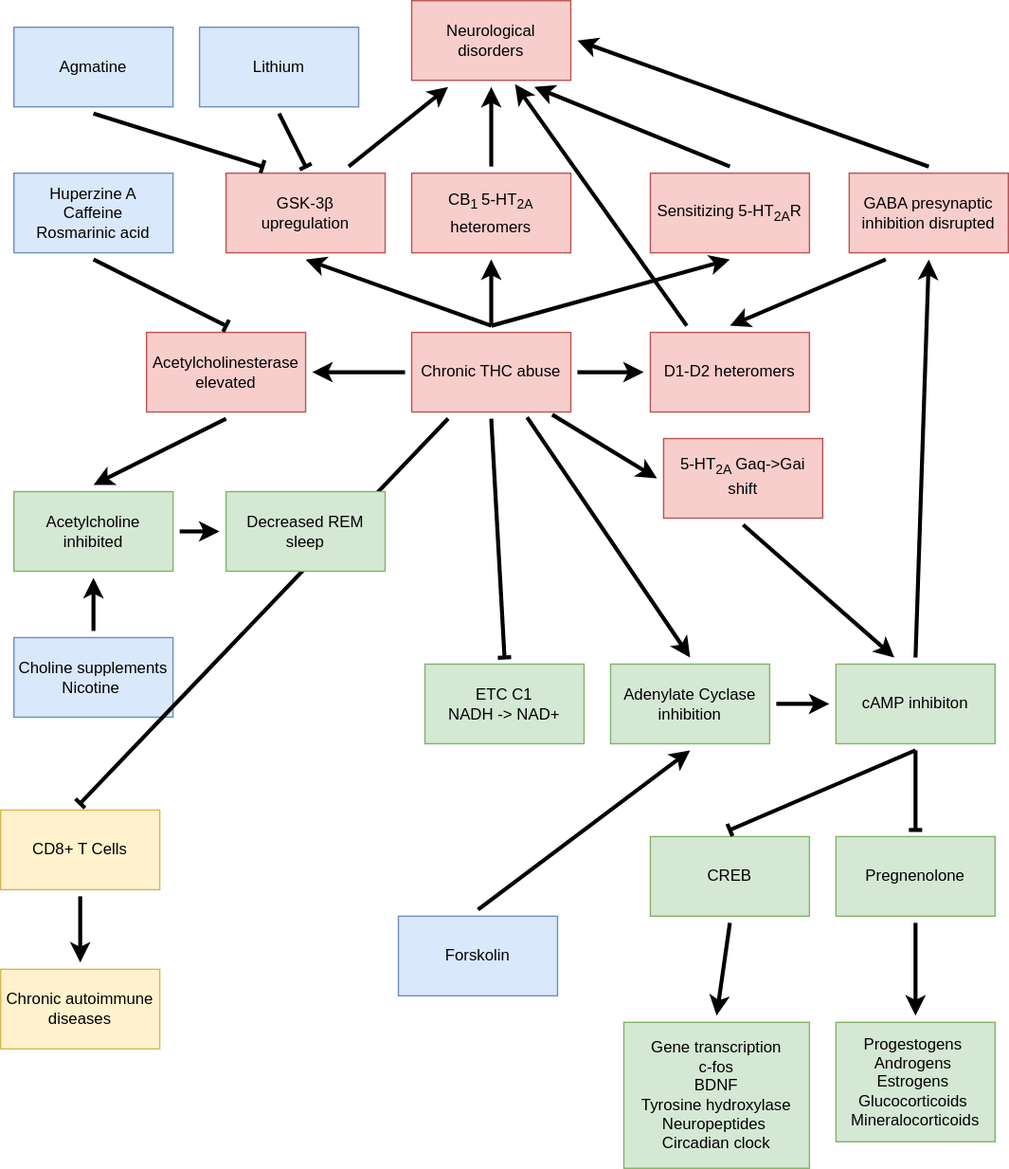
Before: chronic-thc-chart.svg, a diagram exported from draw.io (deffins/testchart). Source tidied: cells renumbered, new cells last; positions are measured from the earlier drawing's top-left corner, leaving out a move shared by most shapes.
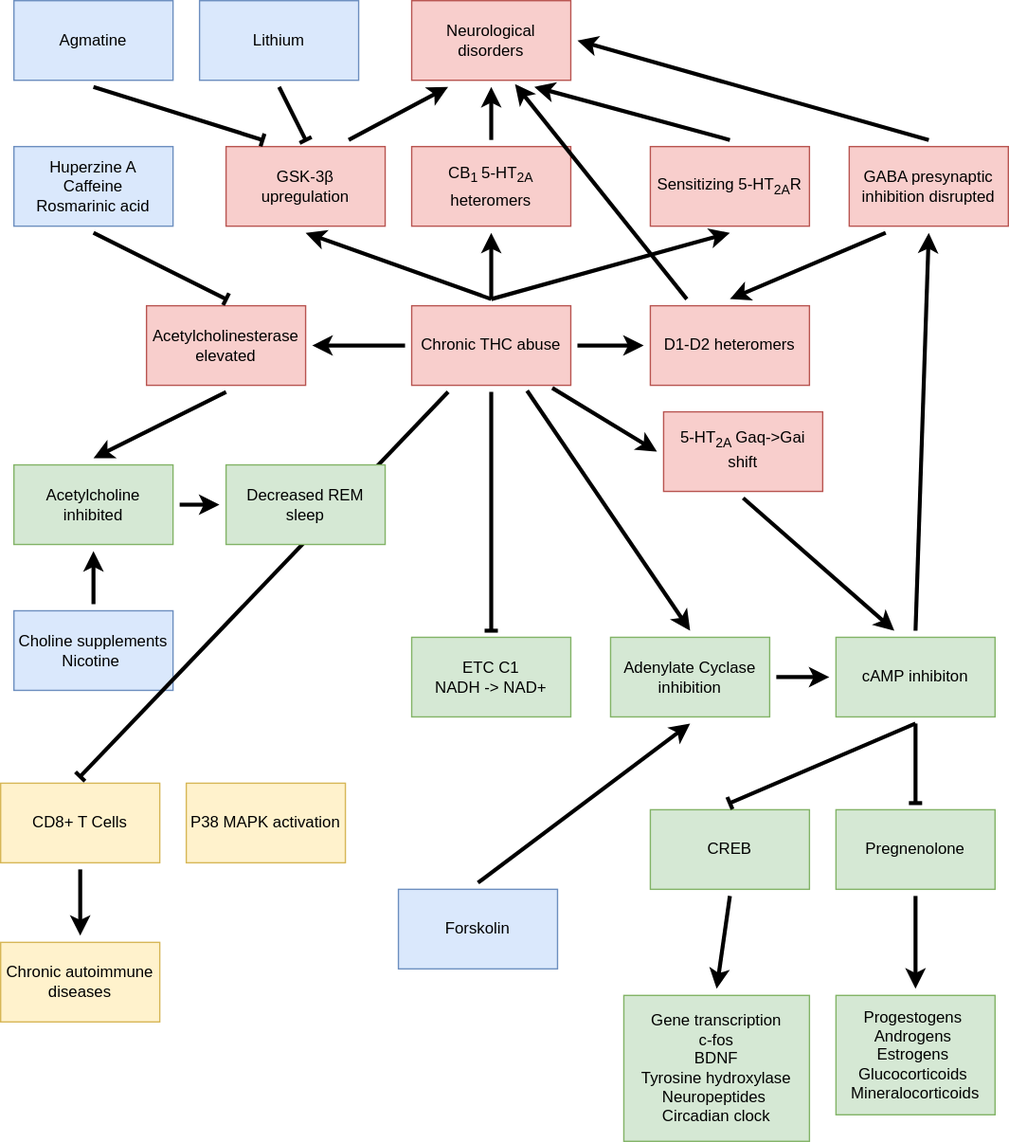
After the commit.

Diff of the diagram source:
```diff
@@ -27,7 +27,7 @@
       <mxGeometry relative="1" as="geometry" />
     </mxCell>
     <mxCell id="10" value="ETC C1&lt;br&gt;NADH -&amp;gt; NAD+" style="rounded=0;whiteSpace=wrap;html=1;perimeterSpacing=5;fillColor=#d5e8d4;strokeColor=#82b366;" parent="1" vertex="1">
-      <mxGeometry x="320" y="500" width="120" height="60" as="geometry" />
+      <mxGeometry x="310" y="500" width="120" height="60" as="geometry" />
     </mxCell>
     <mxCell id="11" value="Chronic THC abuse" style="rounded=0;whiteSpace=wrap;html=1;perimeterSpacing=5;fillColor=#f8cecc;strokeColor=#b85450;" parent="1" vertex="1">
       <mxGeometry x="310" y="250" width="120" height="60" as="geometry" />
@@ -72,7 +72,7 @@
       <mxGeometry relative="1" as="geometry" />
     </mxCell>
     <mxCell id="25" value="Neurological disorders" style="rounded=0;whiteSpace=wrap;html=1;perimeterSpacing=5;fillColor=#f8cecc;strokeColor=#b85450;" parent="1" vertex="1">
-      <mxGeometry x="310" width="120" height="60" as="geometry" />
+      <mxGeometry x="310" y="20" width="120" height="60" as="geometry" />
     </mxCell>
     <mxCell id="26" style="endArrow=classic;html=1;rounded=0;strokeWidth=3;exitX=0.5;exitY=0;exitDx=0;exitDy=0;entryX=0.75;entryY=1;entryDx=0;entryDy=0;" parent="1" edge="1" source="12" target="25">
       <mxGeometry relative="1" as="geometry" />
@@ -167,5 +167,8 @@
     <mxCell id="56" style="endArrow=classic;html=1;rounded=0;strokeWidth=3;exitX=1;exitY=0.5;exitDx=0;exitDy=0;entryX=0;entryY=0.5;entryDx=0;entryDy=0;" parent="1" edge="1" source="29" target="55">
       <mxGeometry relative="1" as="geometry" />
     </mxCell>
+    <mxCell id="57" value="P38 MAPK activation" style="rounded=0;whiteSpace=wrap;html=1;perimeterSpacing=5;fillColor=#fff2cc;strokeColor=#d6b656;" parent="1" vertex="1">
+      <mxGeometry x="140" y="610" width="120" height="60" as="geometry" />
+    </mxCell>
   </root>
 </mxGraphModel>
```
